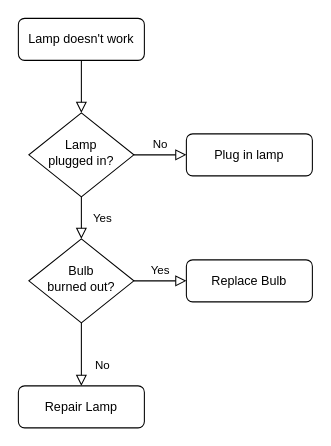
Above: Untitled Diagram.drawio in 42Peer/miniRT01 (draw.io), before the change. Source tidied: cells renumbered, new cells numbered last; positions are measured from the earlier drawing's top-left corner, leaving out a move shared by most shapes. Both pictures are drawn from the tidied source at 105%, with x=0, y=0 at pixel (18, 18).
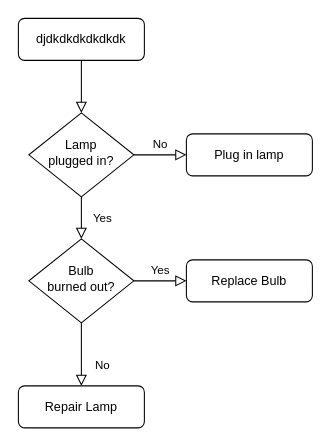
Above is the later version.

Diff of the diagram source:
```diff
@@
 <mxGraphModel>
   <root>
     <mxCell id="0" />
     <mxCell id="1" parent="0" />
     <mxCell id="2" style="rounded=0;html=1;jettySize=auto;fontSize=11;endArrow=block;endFill=0;endSize=8;strokeWidth=1;shadow=0;labelBackgroundColor=none;edgeStyle=orthogonalEdgeStyle;" parent="1" edge="1" source="3" target="6">
       <mxGeometry relative="1" as="geometry" />
     </mxCell>
-    <mxCell id="3" value="Lamp doesn't work" style="rounded=1;whiteSpace=wrap;html=1;fontSize=12;glass=0;strokeWidth=1;shadow=0;" parent="1" vertex="1">
+    <mxCell id="3" value="djdkdkdkdkdkdk" style="rounded=1;whiteSpace=wrap;html=1;fontSize=12;glass=0;strokeWidth=1;shadow=0;" parent="1" vertex="1">
       <mxGeometry width="120" height="40" as="geometry" />
     </mxCell>
     <mxCell id="4" value="Yes" style="rounded=0;html=1;jettySize=auto;fontSize=11;endArrow=block;endFill=0;endSize=8;strokeWidth=1;shadow=0;labelBackgroundColor=none;edgeStyle=orthogonalEdgeStyle;" parent="1" edge="1" source="6" target="10">
       <mxGeometry y="20" relative="1" as="geometry" />
     </mxCell>
     <mxCell id="5" value="No" style="edgeStyle=orthogonalEdgeStyle;rounded=0;html=1;jettySize=auto;fontSize=11;endArrow=block;endFill=0;endSize=8;strokeWidth=1;shadow=0;labelBackgroundColor=none;" parent="1" edge="1" source="6" target="7">
       <mxGeometry y="10" relative="1" as="geometry" />
     </mxCell>
     <mxCell id="6" value="Lamp&lt;br&gt;plugged in?" style="rhombus;whiteSpace=wrap;html=1;shadow=0;fontFamily=Helvetica;fontSize=12;align=center;strokeWidth=1;spacing=6;spacingTop=-4;" parent="1" vertex="1">
       <mxGeometry x="10" y="90" width="100" height="80" as="geometry" />
     </mxCell>
     <mxCell id="7" value="Plug in lamp" style="rounded=1;whiteSpace=wrap;html=1;fontSize=12;glass=0;strokeWidth=1;shadow=0;" parent="1" vertex="1">
       <mxGeometry x="160" y="110" width="120" height="40" as="geometry" />
     </mxCell>
     <mxCell id="8" value="No" style="rounded=0;html=1;jettySize=auto;fontSize=11;endArrow=block;endFill=0;endSize=8;strokeWidth=1;shadow=0;labelBackgroundColor=none;edgeStyle=orthogonalEdgeStyle;" parent="1" edge="1" source="10" target="11">
       <mxGeometry x="0.33" y="20" relative="1" as="geometry" />
     </mxCell>
     <mxCell id="9" value="Yes" style="edgeStyle=orthogonalEdgeStyle;rounded=0;html=1;jettySize=auto;fontSize=11;endArrow=block;endFill=0;endSize=8;strokeWidth=1;shadow=0;labelBackgroundColor=none;" parent="1" edge="1" source="10" target="12">
       <mxGeometry y="10" relative="1" as="geometry" />
     </mxCell>
     <mxCell id="10" value="Bulb&lt;br&gt;burned out?" style="rhombus;whiteSpace=wrap;html=1;shadow=0;fontFamily=Helvetica;fontSize=12;align=center;strokeWidth=1;spacing=6;spacingTop=-4;" parent="1" vertex="1">
       <mxGeometry x="10" y="210" width="100" height="80" as="geometry" />
     </mxCell>
     <mxCell id="11" value="Repair Lamp" style="rounded=1;whiteSpace=wrap;html=1;fontSize=12;glass=0;strokeWidth=1;shadow=0;" parent="1" vertex="1">
       <mxGeometry y="350" width="120" height="40" as="geometry" />
     </mxCell>
     <mxCell id="12" value="Replace Bulb" style="rounded=1;whiteSpace=wrap;html=1;fontSize=12;glass=0;strokeWidth=1;shadow=0;" parent="1" vertex="1">
       <mxGeometry x="160" y="230" width="120" height="40" as="geometry" />
     </mxCell>
   </root>
 </mxGraphModel>
```
